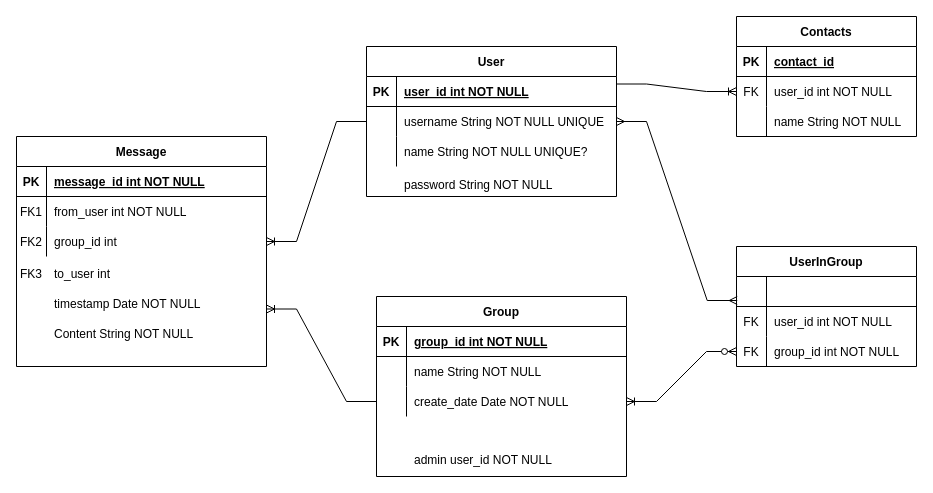
jfrank98/pd-tp keeps this draw.io diagram as Physical Model.drawio. Above is the earlier version. Source tidied: cells renumbered, new cells numbered last; positions are measured from the earlier drawing's top-left corner, leaving out a move shared by most shapes. Both pictures are drawn from the tidied source at 100%, with x=0, y=0 at pixel (16, 16).
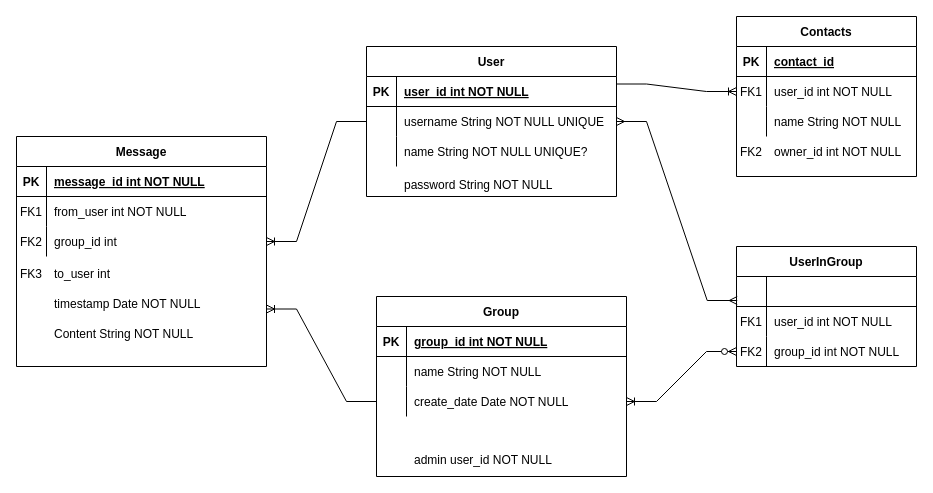
The same diagram, later.

Unchanged cells that the change refers to:
```xml
<mxCell id="45" style="shape=partialRectangle;fillColor=none;top=0;left=0;bottom=0;right=0;" parent="41" vertex="1">
  <mxGeometry y="60" width="180" height="30" as="geometry" />
</mxCell>
<mxCell id="48" style="shape=partialRectangle;fillColor=none;top=0;left=0;bottom=0;right=0;points=[[0,0.5],[1,0.5]];portConstraint=eastwest;" parent="41" vertex="1">
  <mxGeometry y="90" width="180" height="30" as="geometry" />
</mxCell>
<mxCell id="59" style="shape=partialRectangle;fillColor=none;top=0;left=0;bottom=0;right=0;points=[[0,0.5],[1,0.5]];portConstraint=eastwest;" parent="55" vertex="1">
  <mxGeometry y="60" width="180" height="30" as="geometry" />
</mxCell>
```

The edit, as a diff of the source:
```diff
@@
-    <mxCell id="46" value="FK" style="shape=partialRectangle;fillColor=none;top=0;left=0;bottom=0;right=0;overflow=hidden;" parent="45" vertex="1">
+    <mxCell id="46" value="FK1" style="shape=partialRectangle;fillColor=none;top=0;left=0;bottom=0;right=0;overflow=hidden;" parent="45" vertex="1">
       <mxGeometry width="30" height="30" as="geometry" />
     </mxCell>
@@
-    <mxCell id="49" value="FK" style="shape=partialRectangle;fillColor=none;top=0;left=0;bottom=0;right=0;overflow=hidden;" parent="48" vertex="1">
+    <mxCell id="49" value="FK2" style="shape=partialRectangle;fillColor=none;top=0;left=0;bottom=0;right=0;overflow=hidden;" parent="48" vertex="1">
       <mxGeometry width="30" height="30" as="geometry" />
     </mxCell>
@@
     <mxCell id="55" value="Contacts" style="shape=table;startSize=30;childLayout=tableLayout;rowLines=0;fontStyle=1;align=center;" parent="1" vertex="1">
-      <mxGeometry x="720" width="180" height="120" as="geometry" />
+      <mxGeometry x="720" width="180" height="160" as="geometry" />
     </mxCell>
@@
-    <mxCell id="60" value="FK" style="shape=partialRectangle;fillColor=none;top=0;left=0;bottom=0;right=0;overflow=hidden;" parent="59" vertex="1">
+    <mxCell id="60" value="FK1" style="shape=partialRectangle;fillColor=none;top=0;left=0;bottom=0;right=0;overflow=hidden;" parent="59" vertex="1">
       <mxGeometry width="30" height="30" as="geometry" />
     </mxCell>
@@
+    <mxCell id="66" value="owner_id int NOT NULL" style="shape=partialRectangle;fillColor=none;top=0;left=0;bottom=0;right=0;align=left;spacingLeft=6;overflow=hidden;" parent="1" vertex="1">
+      <mxGeometry x="750" y="120" width="150" height="30" as="geometry" />
+    </mxCell>
+    <mxCell id="67" value="FK2" style="shape=partialRectangle;fillColor=none;top=0;left=0;bottom=0;right=0;overflow=hidden;" parent="1" vertex="1">
+      <mxGeometry x="720" y="120" width="30" height="30" as="geometry" />
+    </mxCell>
```
